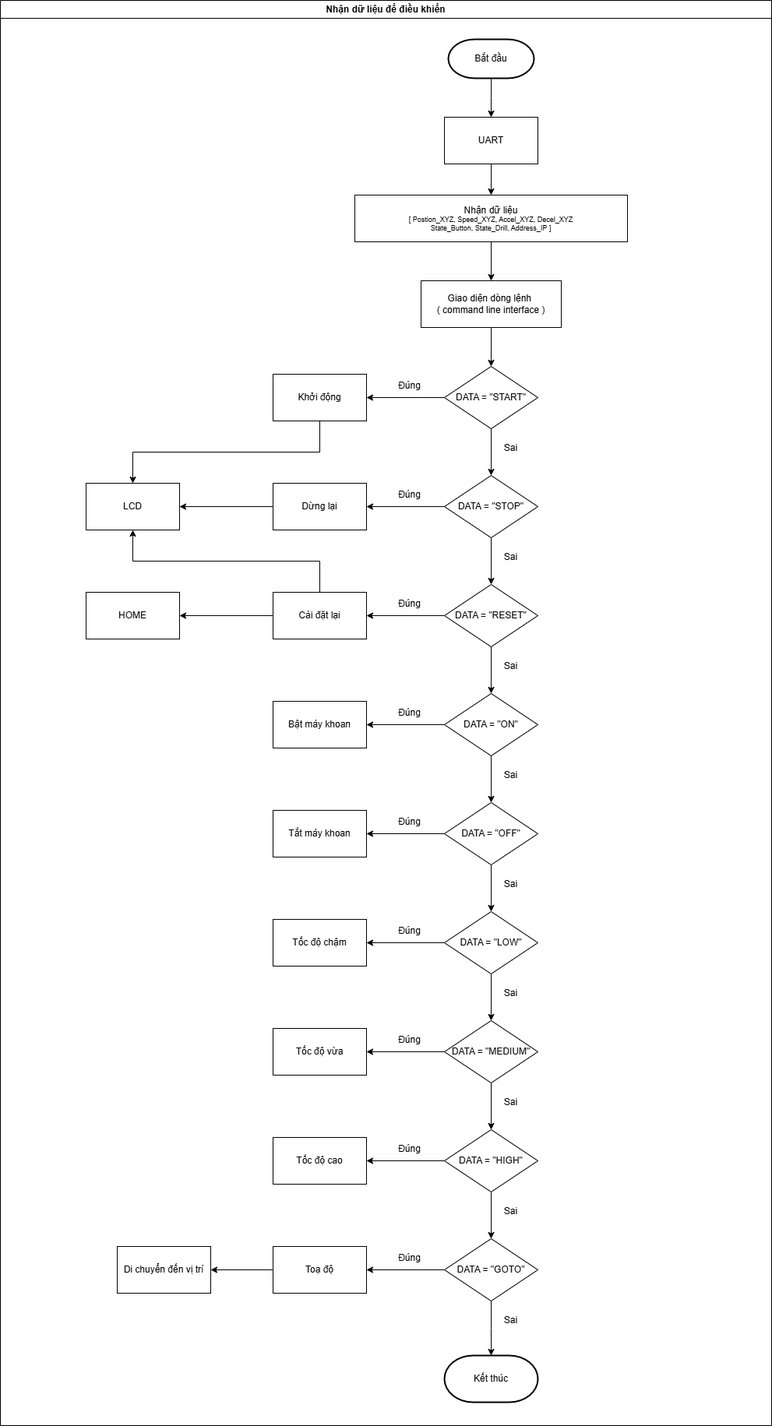
The draw.io diagram FLOWCHART-VIE/FLOWCHART-RECEIVE-DATA-CONTROLL.png in Quynguyen34/CNC-Drill-Graduation-Project, before a commit. Source tidied: cells renumbered, new cells last; positions are measured from the earlier drawing's top-left corner, leaving out a move shared by most shapes.
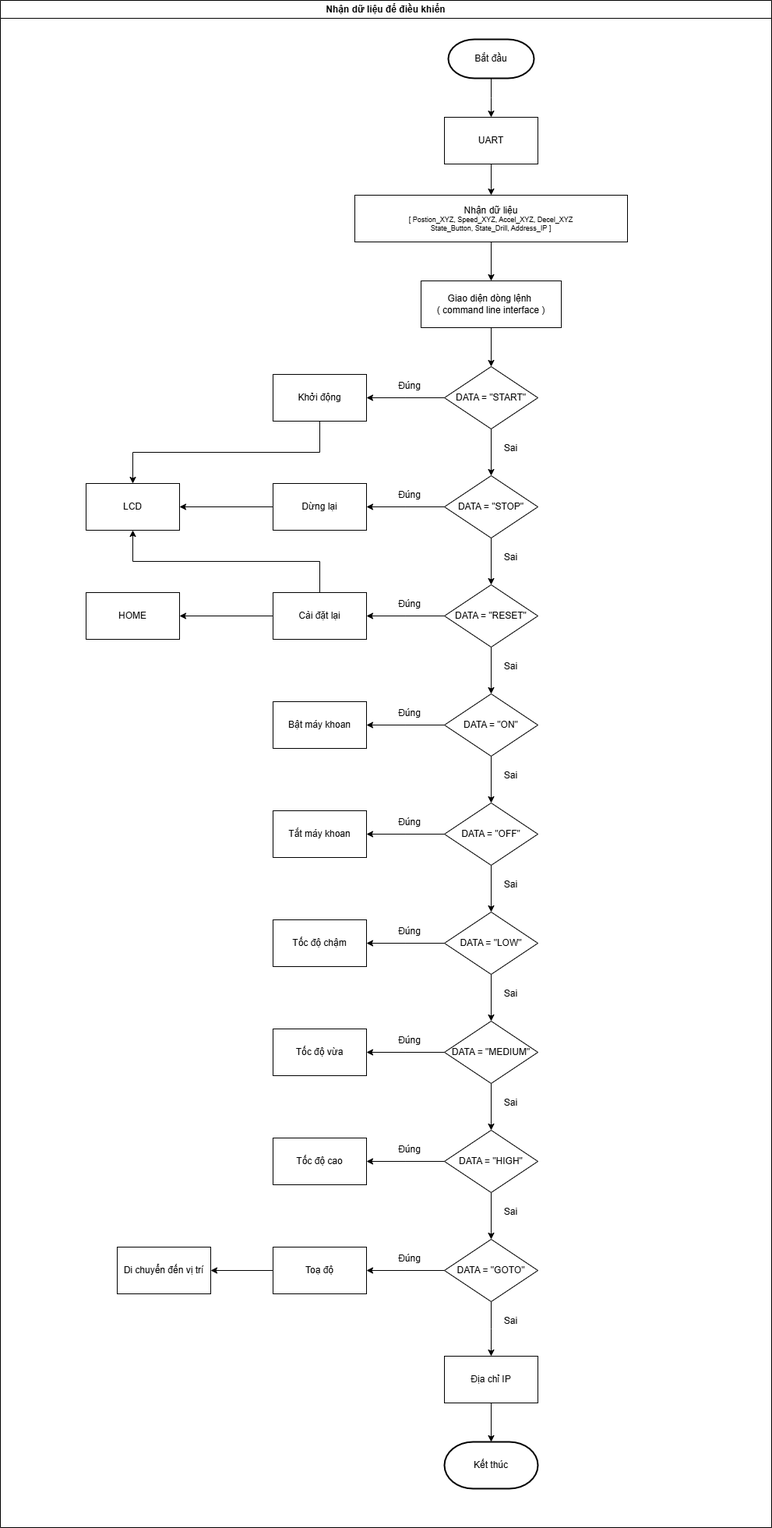
Above is the later version.

The edit, as a diff of the source:
```diff
@@ -209,11 +209,8 @@
     <mxCell id="55" value="Di chuyển đến vị trí" style="rounded=0;whiteSpace=wrap;html=1;" parent="1" vertex="1">
       <mxGeometry x="150" y="1600" width="120" height="60" as="geometry" />
     </mxCell>
-    <mxCell id="56" value="Kết thúc" style="strokeWidth=2;html=1;shape=mxgraph.flowchart.terminator;whiteSpace=wrap;" parent="1" vertex="1">
-      <mxGeometry x="570" y="1740" width="120" height="60" as="geometry" />
-    </mxCell>
     <mxCell id="57" value="Nhận dữ liệu để điều khiển" style="swimlane;whiteSpace=wrap;html=1;" parent="1" vertex="1">
-      <mxGeometry width="990" height="1830" as="geometry" />
+      <mxGeometry width="990" height="1960" as="geometry" />
     </mxCell>
     <mxCell id="58" value="Sai" style="text;html=1;align=center;verticalAlign=middle;strokeColor=none;fillColor=none;swimlaneLine=1;" parent="57" vertex="1">
       <mxGeometry x="635" y="700" width="40" height="30" as="geometry" />
@@ -263,5 +260,14 @@
     <mxCell id="73" value="Đúng" style="text;html=1;align=center;verticalAlign=middle;strokeColor=none;fillColor=none;swimlaneLine=1;" parent="57" vertex="1">
       <mxGeometry x="500" y="1600" width="50" height="30" as="geometry" />
     </mxCell>
+    <mxCell id="74" value="Địa chỉ IP" style="rounded=0;whiteSpace=wrap;html=1;" parent="57" vertex="1">
+      <mxGeometry x="570" y="1740" width="120" height="60" as="geometry" />
+    </mxCell>
+    <mxCell id="56" value="Kết thúc" style="strokeWidth=2;html=1;shape=mxgraph.flowchart.terminator;whiteSpace=wrap;" parent="57" vertex="1">
+      <mxGeometry x="570" y="1850" width="120" height="60" as="geometry" />
+    </mxCell>
+    <mxCell id="75" style="edgeStyle=orthogonalEdgeStyle;rounded=0;jettySize=auto;html=1;exitX=0.5;exitY=1;exitDx=0;exitDy=0;entryX=0.5;entryY=0;entryDx=0;entryDy=0;entryPerimeter=0;" parent="57" edge="1" source="74" target="56">
+      <mxGeometry relative="1" as="geometry" />
+    </mxCell>
   </root>
 </mxGraphModel>
```
